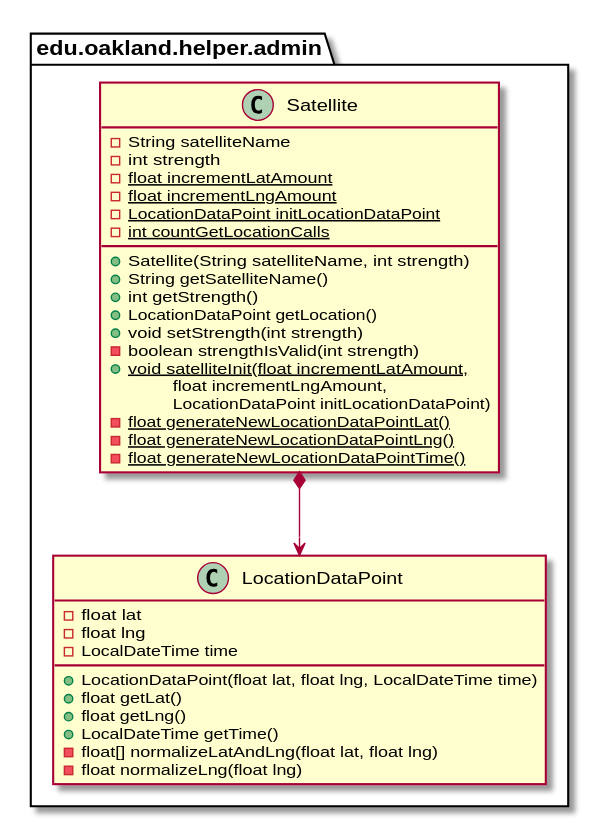
Earlier version of the PlantUML export docs/uml-class-diagrams/admin/helper/Satellite/Satellite_DirectDependencies.svg (casher-ou/csi-3370-software-project).
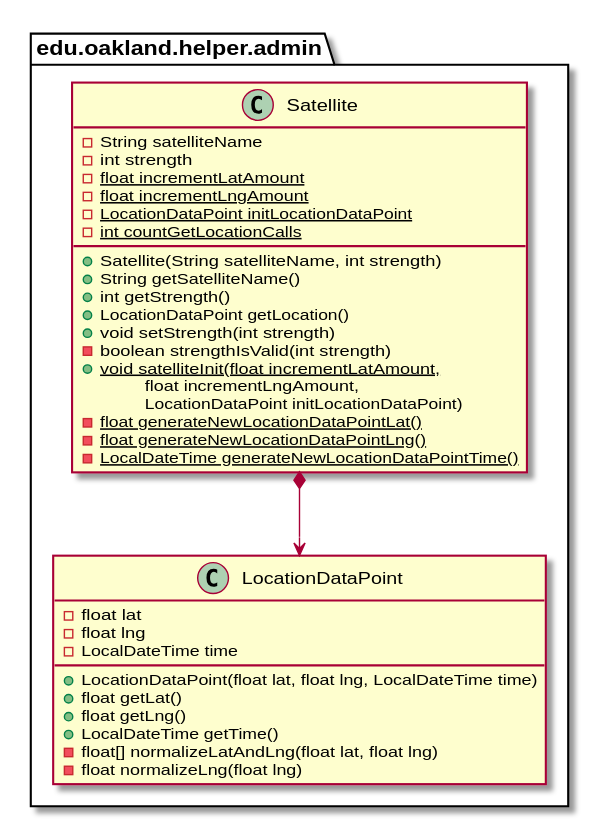
Later version of the same file.

Change to the diagram source:
```diff
@@ -21,7 +21,7 @@
         \tLocationDataPoint initLocationDataPoint)
         {static} - float generateNewLocationDataPointLat()
         {static} - float generateNewLocationDataPointLng()
-        {static} - float generateNewLocationDataPointTime()
+        {static} - LocalDateTime generateNewLocationDataPointTime()
     }
 }
 
```
